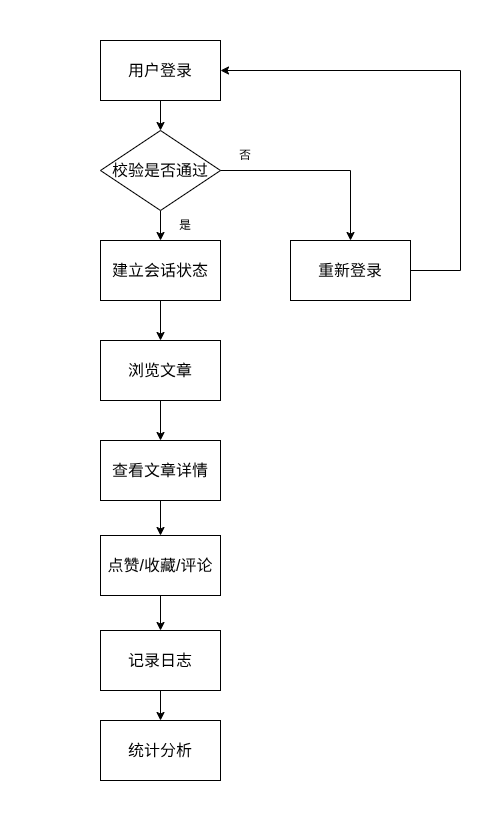
hongch666/mix-web-demo keeps this draw.io diagram as static/pic/flowchart/basic.drawio.png. Above is the earlier version. Source tidied: cells renumbered, new cells last; positions are measured from the earlier drawing's top-left corner, leaving out a move shared by most shapes. Source of this version:
```xml
<mxGraphModel background="#ffffff">
  <root>
    <mxCell id="0" />
    <mxCell id="1" parent="0" />
    <mxCell id="2" style="edgeStyle=none;html=1;exitX=0.5;exitY=1;exitDx=0;exitDy=0;fontSize=16;" parent="1" edge="1" source="3" target="7">
      <mxGeometry relative="1" as="geometry" />
    </mxCell>
    <mxCell id="3" value="用户登录" style="rounded=0;whiteSpace=wrap;html=1;fontSize=16;" parent="1" vertex="1">
      <mxGeometry x="100" y="40" width="120" height="60" as="geometry" />
    </mxCell>
    <mxCell id="4" style="edgeStyle=none;html=1;exitX=0.5;exitY=1;exitDx=0;exitDy=0;entryX=0.5;entryY=0;entryDx=0;entryDy=0;fontSize=16;" parent="1" edge="1" source="5" target="9">
      <mxGeometry relative="1" as="geometry" />
    </mxCell>
    <mxCell id="5" value="建立会话状态" style="rounded=0;whiteSpace=wrap;html=1;fontSize=16;" parent="1" vertex="1">
      <mxGeometry x="100" y="240" width="120" height="60" as="geometry" />
    </mxCell>
    <mxCell id="6" style="edgeStyle=none;html=1;exitX=0.5;exitY=1;exitDx=0;exitDy=0;entryX=0.5;entryY=0;entryDx=0;entryDy=0;fontSize=16;" parent="1" edge="1" source="7" target="5">
      <mxGeometry relative="1" as="geometry" />
    </mxCell>
    <mxCell id="7" value="校验是否通过" style="rhombus;whiteSpace=wrap;html=1;fontSize=16;" parent="1" vertex="1">
      <mxGeometry x="100" y="130" width="120" height="80" as="geometry" />
    </mxCell>
    <mxCell id="8" style="edgeStyle=none;html=1;exitX=0.5;exitY=1;exitDx=0;exitDy=0;entryX=0.5;entryY=0;entryDx=0;entryDy=0;fontSize=16;" parent="1" edge="1" source="9" target="11">
      <mxGeometry relative="1" as="geometry" />
    </mxCell>
    <mxCell id="9" value="浏览文章" style="rounded=0;whiteSpace=wrap;html=1;fontSize=16;" parent="1" vertex="1">
      <mxGeometry x="100" y="340" width="120" height="60" as="geometry" />
    </mxCell>
    <mxCell id="10" style="edgeStyle=none;html=1;exitX=0.5;exitY=1;exitDx=0;exitDy=0;entryX=0.5;entryY=0;entryDx=0;entryDy=0;fontSize=16;" parent="1" edge="1" source="11" target="13">
      <mxGeometry relative="1" as="geometry" />
    </mxCell>
    <mxCell id="11" value="查看文章详情" style="rounded=0;whiteSpace=wrap;html=1;fontSize=16;" parent="1" vertex="1">
      <mxGeometry x="100" y="440" width="120" height="60" as="geometry" />
    </mxCell>
    <mxCell id="12" style="edgeStyle=none;html=1;exitX=0.5;exitY=1;exitDx=0;exitDy=0;entryX=0.5;entryY=0;entryDx=0;entryDy=0;fontSize=16;" parent="1" edge="1" source="13" target="15">
      <mxGeometry relative="1" as="geometry" />
    </mxCell>
    <mxCell id="13" value="点赞/收藏/评论" style="rounded=0;whiteSpace=wrap;html=1;fontSize=16;" parent="1" vertex="1">
      <mxGeometry x="100" y="535" width="120" height="60" as="geometry" />
    </mxCell>
    <mxCell id="14" style="edgeStyle=none;html=1;exitX=0.5;exitY=1;exitDx=0;exitDy=0;entryX=0.5;entryY=0;entryDx=0;entryDy=0;fontSize=16;" parent="1" edge="1" source="15" target="16">
      <mxGeometry relative="1" as="geometry" />
    </mxCell>
    <mxCell id="15" value="记录日志" style="rounded=0;whiteSpace=wrap;html=1;fontSize=16;" parent="1" vertex="1">
      <mxGeometry x="100" y="630" width="120" height="60" as="geometry" />
    </mxCell>
    <mxCell id="16" value="统计分析" style="rounded=0;whiteSpace=wrap;html=1;fontSize=16;" parent="1" vertex="1">
      <mxGeometry x="100" y="720" width="120" height="60" as="geometry" />
    </mxCell>
    <mxCell id="17" value="重新登录" style="rounded=0;whiteSpace=wrap;html=1;fontSize=16;" parent="1" vertex="1">
      <mxGeometry x="290" y="240" width="120" height="60" as="geometry" />
    </mxCell>
    <mxCell id="18" style="endArrow=none;html=1;fontSize=16;" parent="1" edge="1">
      <mxGeometry relative="1" as="geometry">
        <mxPoint x="220" y="170" as="sourcePoint" />
        <mxPoint x="350" y="170" as="targetPoint" />
      </mxGeometry>
    </mxCell>
    <mxCell id="19" style="endArrow=classic;html=1;fontSize=16;entryX=0.5;entryY=0;entryDx=0;entryDy=0;" parent="1" edge="1" target="17">
      <mxGeometry relative="1" as="geometry">
        <mxPoint x="350" y="170" as="sourcePoint" />
      </mxGeometry>
    </mxCell>
    <mxCell id="20" style="endArrow=none;html=1;fontSize=16;" parent="1" edge="1">
      <mxGeometry relative="1" as="geometry">
        <mxPoint x="410" y="270" as="sourcePoint" />
        <mxPoint x="460" y="270" as="targetPoint" />
      </mxGeometry>
    </mxCell>
    <mxCell id="21" style="endArrow=none;html=1;fontSize=16;" parent="1" edge="1">
      <mxGeometry relative="1" as="geometry">
        <mxPoint x="460" y="270" as="sourcePoint" />
        <mxPoint x="460" y="70" as="targetPoint" />
      </mxGeometry>
    </mxCell>
    <mxCell id="22" style="endArrow=classic;html=1;fontSize=16;entryX=1;entryY=0.5;entryDx=0;entryDy=0;" parent="1" edge="1" target="3">
      <mxGeometry relative="1" as="geometry">
        <mxPoint x="460" y="70" as="sourcePoint" />
      </mxGeometry>
    </mxCell>
    <mxCell id="23" value="是" style="text;html=1;strokeColor=none;fillColor=none;align=center;verticalAlign=middle;whiteSpace=wrap;rounded=0;fontSize=12;" parent="1" vertex="1">
      <mxGeometry x="160" y="210" width="50" height="30" as="geometry" />
    </mxCell>
    <mxCell id="24" value="否" style="text;html=1;strokeColor=none;fillColor=none;align=center;verticalAlign=middle;whiteSpace=wrap;rounded=0;fontSize=12;" parent="1" vertex="1">
      <mxGeometry x="220" y="140" width="50" height="30" as="geometry" />
    </mxCell>
    <mxCell id="25" style="rounded=0;whiteSpace=wrap;html=1;textOpacity=0;labelBorderColor=light-dark(#000000,#FFFFFF);fontColor=none;noLabel=1;strokeColor=none;labelBackgroundColor=default;" parent="1" vertex="1">
      <mxGeometry x="155" width="10" height="30" as="geometry" />
    </mxCell>
    <mxCell id="26" style="rounded=0;whiteSpace=wrap;html=1;textOpacity=0;labelBorderColor=light-dark(#000000,#FFFFFF);fontColor=none;noLabel=1;strokeColor=none;labelBackgroundColor=default;" parent="1" vertex="1">
      <mxGeometry y="260" width="10" height="30" as="geometry" />
    </mxCell>
    <mxCell id="27" style="rounded=0;whiteSpace=wrap;html=1;textOpacity=0;labelBorderColor=light-dark(#000000,#FFFFFF);fontColor=none;noLabel=1;strokeColor=none;labelBackgroundColor=default;" parent="1" vertex="1">
      <mxGeometry x="160" y="800" width="10" height="30" as="geometry" />
    </mxCell>
    <mxCell id="28" style="rounded=0;whiteSpace=wrap;html=1;textOpacity=0;labelBorderColor=light-dark(#000000,#FFFFFF);fontColor=none;noLabel=1;strokeColor=none;labelBackgroundColor=default;" parent="1" vertex="1">
      <mxGeometry x="490" y="200" width="10" height="30" as="geometry" />
    </mxCell>
  </root>
</mxGraphModel>
```
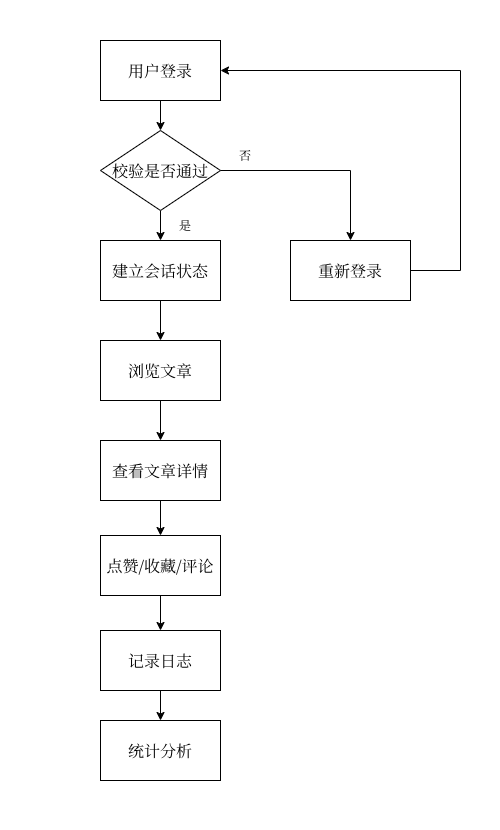
The same diagram one commit later.

The edit, as a diff of the source:
```diff
@@ -2,98 +2,98 @@
   <root>
     <mxCell id="0" />
     <mxCell id="1" parent="0" />
-    <mxCell id="2" style="edgeStyle=none;html=1;exitX=0.5;exitY=1;exitDx=0;exitDy=0;fontSize=16;" parent="1" edge="1" source="3" target="7">
+    <mxCell id="2" style="edgeStyle=none;html=1;exitX=0.5;exitY=1;exitDx=0;exitDy=0;fontSize=16;fontFamily=宋体;" parent="1" edge="1" source="3" target="7">
       <mxGeometry relative="1" as="geometry" />
     </mxCell>
-    <mxCell id="3" value="用户登录" style="rounded=0;whiteSpace=wrap;html=1;fontSize=16;" parent="1" vertex="1">
+    <mxCell id="3" value="用户登录" style="rounded=0;whiteSpace=wrap;html=1;fontSize=16;fontFamily=宋体;" parent="1" vertex="1">
       <mxGeometry x="100" y="40" width="120" height="60" as="geometry" />
     </mxCell>
-    <mxCell id="4" style="edgeStyle=none;html=1;exitX=0.5;exitY=1;exitDx=0;exitDy=0;entryX=0.5;entryY=0;entryDx=0;entryDy=0;fontSize=16;" parent="1" edge="1" source="5" target="9">
+    <mxCell id="4" style="edgeStyle=none;html=1;exitX=0.5;exitY=1;exitDx=0;exitDy=0;entryX=0.5;entryY=0;entryDx=0;entryDy=0;fontSize=16;fontFamily=宋体;" parent="1" edge="1" source="5" target="9">
       <mxGeometry relative="1" as="geometry" />
     </mxCell>
-    <mxCell id="5" value="建立会话状态" style="rounded=0;whiteSpace=wrap;html=1;fontSize=16;" parent="1" vertex="1">
+    <mxCell id="5" value="建立会话状态" style="rounded=0;whiteSpace=wrap;html=1;fontSize=16;fontFamily=宋体;" parent="1" vertex="1">
       <mxGeometry x="100" y="240" width="120" height="60" as="geometry" />
     </mxCell>
-    <mxCell id="6" style="edgeStyle=none;html=1;exitX=0.5;exitY=1;exitDx=0;exitDy=0;entryX=0.5;entryY=0;entryDx=0;entryDy=0;fontSize=16;" parent="1" edge="1" source="7" target="5">
+    <mxCell id="6" style="edgeStyle=none;html=1;exitX=0.5;exitY=1;exitDx=0;exitDy=0;entryX=0.5;entryY=0;entryDx=0;entryDy=0;fontSize=16;fontFamily=宋体;" parent="1" edge="1" source="7" target="5">
       <mxGeometry relative="1" as="geometry" />
     </mxCell>
-    <mxCell id="7" value="校验是否通过" style="rhombus;whiteSpace=wrap;html=1;fontSize=16;" parent="1" vertex="1">
+    <mxCell id="7" value="校验是否通过" style="rhombus;whiteSpace=wrap;html=1;fontSize=16;fontFamily=宋体;" parent="1" vertex="1">
       <mxGeometry x="100" y="130" width="120" height="80" as="geometry" />
     </mxCell>
-    <mxCell id="8" style="edgeStyle=none;html=1;exitX=0.5;exitY=1;exitDx=0;exitDy=0;entryX=0.5;entryY=0;entryDx=0;entryDy=0;fontSize=16;" parent="1" edge="1" source="9" target="11">
+    <mxCell id="8" style="edgeStyle=none;html=1;exitX=0.5;exitY=1;exitDx=0;exitDy=0;entryX=0.5;entryY=0;entryDx=0;entryDy=0;fontSize=16;fontFamily=宋体;" parent="1" edge="1" source="9" target="11">
       <mxGeometry relative="1" as="geometry" />
     </mxCell>
-    <mxCell id="9" value="浏览文章" style="rounded=0;whiteSpace=wrap;html=1;fontSize=16;" parent="1" vertex="1">
+    <mxCell id="9" value="浏览文章" style="rounded=0;whiteSpace=wrap;html=1;fontSize=16;fontFamily=宋体;" parent="1" vertex="1">
       <mxGeometry x="100" y="340" width="120" height="60" as="geometry" />
     </mxCell>
-    <mxCell id="10" style="edgeStyle=none;html=1;exitX=0.5;exitY=1;exitDx=0;exitDy=0;entryX=0.5;entryY=0;entryDx=0;entryDy=0;fontSize=16;" parent="1" edge="1" source="11" target="13">
+    <mxCell id="10" style="edgeStyle=none;html=1;exitX=0.5;exitY=1;exitDx=0;exitDy=0;entryX=0.5;entryY=0;entryDx=0;entryDy=0;fontSize=16;fontFamily=宋体;" parent="1" edge="1" source="11" target="13">
       <mxGeometry relative="1" as="geometry" />
     </mxCell>
-    <mxCell id="11" value="查看文章详情" style="rounded=0;whiteSpace=wrap;html=1;fontSize=16;" parent="1" vertex="1">
+    <mxCell id="11" value="查看文章详情" style="rounded=0;whiteSpace=wrap;html=1;fontSize=16;fontFamily=宋体;" parent="1" vertex="1">
       <mxGeometry x="100" y="440" width="120" height="60" as="geometry" />
     </mxCell>
-    <mxCell id="12" style="edgeStyle=none;html=1;exitX=0.5;exitY=1;exitDx=0;exitDy=0;entryX=0.5;entryY=0;entryDx=0;entryDy=0;fontSize=16;" parent="1" edge="1" source="13" target="15">
+    <mxCell id="12" style="edgeStyle=none;html=1;exitX=0.5;exitY=1;exitDx=0;exitDy=0;entryX=0.5;entryY=0;entryDx=0;entryDy=0;fontSize=16;fontFamily=宋体;" parent="1" edge="1" source="13" target="15">
       <mxGeometry relative="1" as="geometry" />
     </mxCell>
-    <mxCell id="13" value="点赞/收藏/评论" style="rounded=0;whiteSpace=wrap;html=1;fontSize=16;" parent="1" vertex="1">
+    <mxCell id="13" value="点赞/收藏/评论" style="rounded=0;whiteSpace=wrap;html=1;fontSize=16;fontFamily=宋体;" parent="1" vertex="1">
       <mxGeometry x="100" y="535" width="120" height="60" as="geometry" />
     </mxCell>
-    <mxCell id="14" style="edgeStyle=none;html=1;exitX=0.5;exitY=1;exitDx=0;exitDy=0;entryX=0.5;entryY=0;entryDx=0;entryDy=0;fontSize=16;" parent="1" edge="1" source="15" target="16">
+    <mxCell id="14" style="edgeStyle=none;html=1;exitX=0.5;exitY=1;exitDx=0;exitDy=0;entryX=0.5;entryY=0;entryDx=0;entryDy=0;fontSize=16;fontFamily=宋体;" parent="1" edge="1" source="15" target="16">
       <mxGeometry relative="1" as="geometry" />
     </mxCell>
-    <mxCell id="15" value="记录日志" style="rounded=0;whiteSpace=wrap;html=1;fontSize=16;" parent="1" vertex="1">
+    <mxCell id="15" value="记录日志" style="rounded=0;whiteSpace=wrap;html=1;fontSize=16;fontFamily=宋体;" parent="1" vertex="1">
       <mxGeometry x="100" y="630" width="120" height="60" as="geometry" />
     </mxCell>
-    <mxCell id="16" value="统计分析" style="rounded=0;whiteSpace=wrap;html=1;fontSize=16;" parent="1" vertex="1">
+    <mxCell id="16" value="统计分析" style="rounded=0;whiteSpace=wrap;html=1;fontSize=16;fontFamily=宋体;" parent="1" vertex="1">
       <mxGeometry x="100" y="720" width="120" height="60" as="geometry" />
     </mxCell>
-    <mxCell id="17" value="重新登录" style="rounded=0;whiteSpace=wrap;html=1;fontSize=16;" parent="1" vertex="1">
+    <mxCell id="17" value="重新登录" style="rounded=0;whiteSpace=wrap;html=1;fontSize=16;fontFamily=宋体;" parent="1" vertex="1">
       <mxGeometry x="290" y="240" width="120" height="60" as="geometry" />
     </mxCell>
-    <mxCell id="18" style="endArrow=none;html=1;fontSize=16;" parent="1" edge="1">
+    <mxCell id="18" style="endArrow=none;html=1;fontSize=16;fontFamily=宋体;" parent="1" edge="1">
       <mxGeometry relative="1" as="geometry">
         <mxPoint x="220" y="170" as="sourcePoint" />
         <mxPoint x="350" y="170" as="targetPoint" />
       </mxGeometry>
     </mxCell>
-    <mxCell id="19" style="endArrow=classic;html=1;fontSize=16;entryX=0.5;entryY=0;entryDx=0;entryDy=0;" parent="1" edge="1" target="17">
+    <mxCell id="19" style="endArrow=classic;html=1;fontSize=16;entryX=0.5;entryY=0;entryDx=0;entryDy=0;fontFamily=宋体;" parent="1" edge="1" target="17">
       <mxGeometry relative="1" as="geometry">
         <mxPoint x="350" y="170" as="sourcePoint" />
       </mxGeometry>
     </mxCell>
-    <mxCell id="20" style="endArrow=none;html=1;fontSize=16;" parent="1" edge="1">
+    <mxCell id="20" style="endArrow=none;html=1;fontSize=16;fontFamily=宋体;" parent="1" edge="1">
       <mxGeometry relative="1" as="geometry">
         <mxPoint x="410" y="270" as="sourcePoint" />
         <mxPoint x="460" y="270" as="targetPoint" />
       </mxGeometry>
     </mxCell>
-    <mxCell id="21" style="endArrow=none;html=1;fontSize=16;" parent="1" edge="1">
+    <mxCell id="21" style="endArrow=none;html=1;fontSize=16;fontFamily=宋体;" parent="1" edge="1">
       <mxGeometry relative="1" as="geometry">
         <mxPoint x="460" y="270" as="sourcePoint" />
         <mxPoint x="460" y="70" as="targetPoint" />
       </mxGeometry>
     </mxCell>
-    <mxCell id="22" style="endArrow=classic;html=1;fontSize=16;entryX=1;entryY=0.5;entryDx=0;entryDy=0;" parent="1" edge="1" target="3">
+    <mxCell id="22" style="endArrow=classic;html=1;fontSize=16;entryX=1;entryY=0.5;entryDx=0;entryDy=0;fontFamily=宋体;" parent="1" edge="1" target="3">
       <mxGeometry relative="1" as="geometry">
         <mxPoint x="460" y="70" as="sourcePoint" />
       </mxGeometry>
     </mxCell>
-    <mxCell id="23" value="是" style="text;html=1;strokeColor=none;fillColor=none;align=center;verticalAlign=middle;whiteSpace=wrap;rounded=0;fontSize=12;" parent="1" vertex="1">
+    <mxCell id="23" value="是" style="text;html=1;strokeColor=none;fillColor=none;align=center;verticalAlign=middle;whiteSpace=wrap;rounded=0;fontSize=12;fontFamily=宋体;" parent="1" vertex="1">
       <mxGeometry x="160" y="210" width="50" height="30" as="geometry" />
     </mxCell>
-    <mxCell id="24" value="否" style="text;html=1;strokeColor=none;fillColor=none;align=center;verticalAlign=middle;whiteSpace=wrap;rounded=0;fontSize=12;" parent="1" vertex="1">
+    <mxCell id="24" value="否" style="text;html=1;strokeColor=none;fillColor=none;align=center;verticalAlign=middle;whiteSpace=wrap;rounded=0;fontSize=12;fontFamily=宋体;" parent="1" vertex="1">
       <mxGeometry x="220" y="140" width="50" height="30" as="geometry" />
     </mxCell>
-    <mxCell id="25" style="rounded=0;whiteSpace=wrap;html=1;textOpacity=0;labelBorderColor=light-dark(#000000,#FFFFFF);fontColor=none;noLabel=1;strokeColor=none;labelBackgroundColor=default;" parent="1" vertex="1">
+    <mxCell id="25" style="rounded=0;whiteSpace=wrap;html=1;textOpacity=0;labelBorderColor=light-dark(#000000,#FFFFFF);fontColor=none;noLabel=1;strokeColor=none;labelBackgroundColor=default;fontFamily=宋体;" parent="1" vertex="1">
       <mxGeometry x="155" width="10" height="30" as="geometry" />
     </mxCell>
-    <mxCell id="26" style="rounded=0;whiteSpace=wrap;html=1;textOpacity=0;labelBorderColor=light-dark(#000000,#FFFFFF);fontColor=none;noLabel=1;strokeColor=none;labelBackgroundColor=default;" parent="1" vertex="1">
+    <mxCell id="26" style="rounded=0;whiteSpace=wrap;html=1;textOpacity=0;labelBorderColor=light-dark(#000000,#FFFFFF);fontColor=none;noLabel=1;strokeColor=none;labelBackgroundColor=default;fontFamily=宋体;" parent="1" vertex="1">
       <mxGeometry y="260" width="10" height="30" as="geometry" />
     </mxCell>
-    <mxCell id="27" style="rounded=0;whiteSpace=wrap;html=1;textOpacity=0;labelBorderColor=light-dark(#000000,#FFFFFF);fontColor=none;noLabel=1;strokeColor=none;labelBackgroundColor=default;" parent="1" vertex="1">
+    <mxCell id="27" style="rounded=0;whiteSpace=wrap;html=1;textOpacity=0;labelBorderColor=light-dark(#000000,#FFFFFF);fontColor=none;noLabel=1;strokeColor=none;labelBackgroundColor=default;fontFamily=宋体;" parent="1" vertex="1">
       <mxGeometry x="160" y="800" width="10" height="30" as="geometry" />
     </mxCell>
-    <mxCell id="28" style="rounded=0;whiteSpace=wrap;html=1;textOpacity=0;labelBorderColor=light-dark(#000000,#FFFFFF);fontColor=none;noLabel=1;strokeColor=none;labelBackgroundColor=default;" parent="1" vertex="1">
+    <mxCell id="28" style="rounded=0;whiteSpace=wrap;html=1;textOpacity=0;labelBorderColor=light-dark(#000000,#FFFFFF);fontColor=none;noLabel=1;strokeColor=none;labelBackgroundColor=default;fontFamily=宋体;" parent="1" vertex="1">
       <mxGeometry x="490" y="200" width="10" height="30" as="geometry" />
     </mxCell>
   </root>
```
